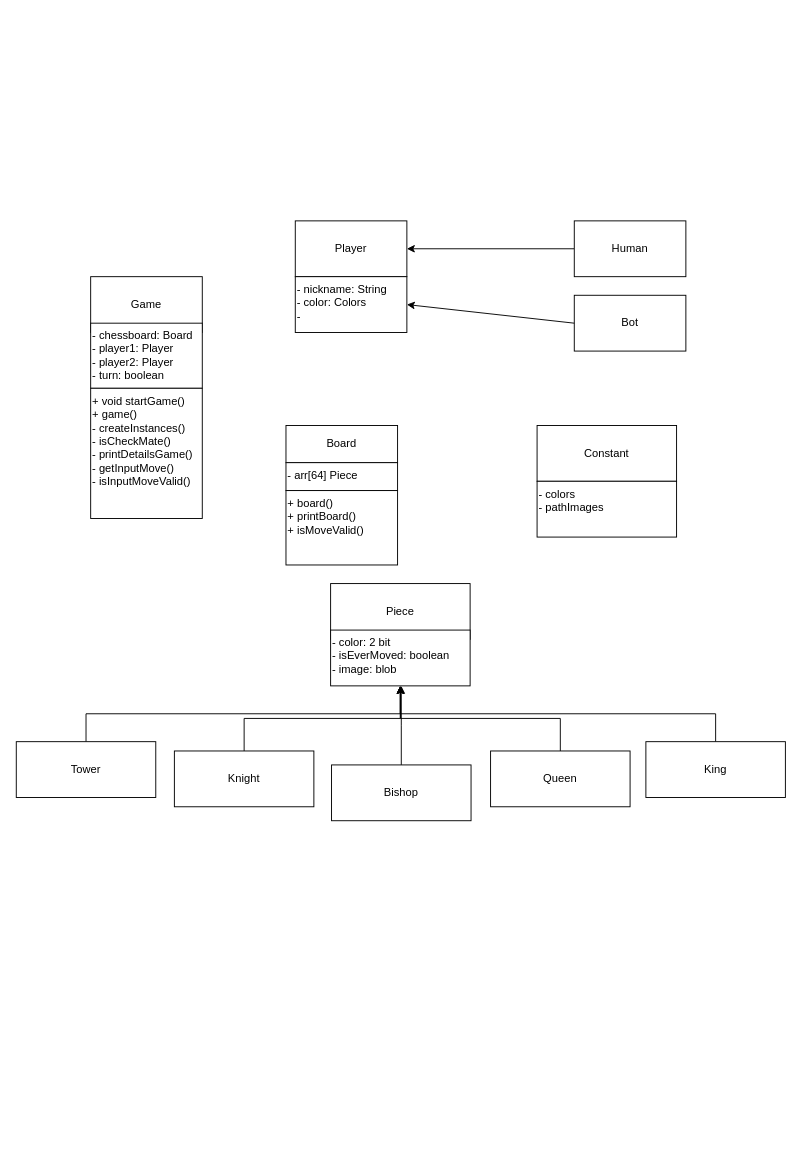
This is javachess.drawio from MarcoPiazzon/javachess, a draw.io file, before an edit. Source tidied: cells renumbered, new cells numbered last; positions are measured from the earlier drawing's top-left corner, leaving out a move shared by most shapes. Both pictures are drawn from the tidied source at 93%, with x=0, y=0 at pixel (16, 220).
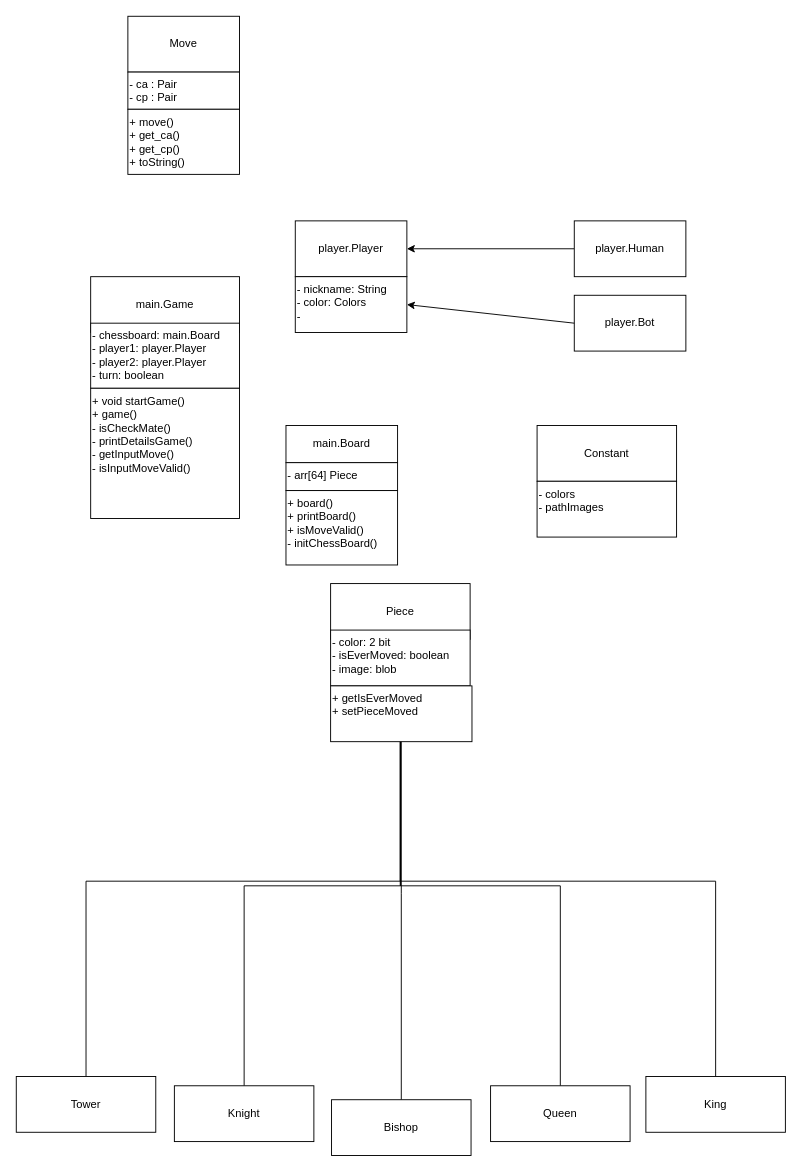
The same page after the edit.

Change to the diagram source:
```diff
@@
-    <mxCell id="2" value="Game" style="rounded=0;whiteSpace=wrap;html=1;" parent="1" vertex="1">
-      <mxGeometry x="80" y="60" width="120" height="60" as="geometry" />
+    <mxCell id="2" value="main.Game" style="rounded=0;whiteSpace=wrap;html=1;" parent="1" vertex="1">
+      <mxGeometry x="80" y="60" width="160" height="60" as="geometry" />
     </mxCell>
-    <mxCell id="3" value="- chessboard: Board&lt;br&gt;- player1: Player&lt;br&gt;- player2: Player&lt;br&gt;- turn: boolean&lt;br&gt;&lt;div&gt;&lt;br&gt;&lt;/div&gt;" style="rounded=0;whiteSpace=wrap;html=1;align=left;verticalAlign=top;" parent="1" vertex="1">
-      <mxGeometry x="80" y="110" width="120" height="70" as="geometry" />
+    <mxCell id="3" value="- chessboard: main.Board&lt;br&gt;- player1: player.Player&lt;br&gt;- player2: player.Player&lt;br&gt;- turn: boolean&lt;br&gt;&lt;div&gt;&lt;br&gt;&lt;/div&gt;" style="rounded=0;whiteSpace=wrap;html=1;align=left;verticalAlign=top;" parent="1" vertex="1">
+      <mxGeometry x="80" y="110" width="160" height="70" as="geometry" />
     </mxCell>
-    <mxCell id="4" value="+ void startGame()&lt;br&gt;+ game()&lt;br&gt;- createInstances()&lt;br&gt;- isCheckMate()&lt;br&gt;- printDetailsGame()&lt;br&gt;- getInputMove()&lt;br&gt;- isInputMoveValid()" style="rounded=0;whiteSpace=wrap;html=1;align=left;horizontal=1;verticalAlign=top;" parent="1" vertex="1">
-      <mxGeometry x="80" y="180" width="120" height="140" as="geometry" />
+    <mxCell id="4" value="+ void startGame()&lt;br&gt;+ game()&lt;br&gt;- isCheckMate()&lt;br&gt;- printDetailsGame()&lt;br&gt;- getInputMove()&lt;br&gt;- isInputMoveValid()" style="rounded=0;whiteSpace=wrap;html=1;align=left;horizontal=1;verticalAlign=top;" parent="1" vertex="1">
+      <mxGeometry x="80" y="180" width="160" height="140" as="geometry" />
     </mxCell>
-    <mxCell id="5" value="Board" style="rounded=0;whiteSpace=wrap;html=1;" parent="1" vertex="1">
+    <mxCell id="5" value="main.Board" style="rounded=0;whiteSpace=wrap;html=1;" parent="1" vertex="1">
       <mxGeometry x="290" y="220" width="120" height="40" as="geometry" />
     </mxCell>
@@
-    <mxCell id="7" value="+ board()&lt;br&gt;+ printBoard()&lt;br&gt;+ isMoveValid()&lt;div&gt;&lt;br&gt;&lt;/div&gt;" style="rounded=0;whiteSpace=wrap;html=1;align=left;verticalAlign=top;" parent="1" vertex="1">
+    <mxCell id="7" value="+ board()&lt;br&gt;+ printBoard()&lt;br&gt;+ isMoveValid()&lt;div&gt;- initChessBoard()&lt;/div&gt;" style="rounded=0;whiteSpace=wrap;html=1;align=left;verticalAlign=top;" parent="1" vertex="1">
       <mxGeometry x="290" y="290" width="120" height="80" as="geometry" />
     </mxCell>
@@
     <mxCell id="11" value="Tower" style="rounded=0;whiteSpace=wrap;html=1;" parent="1" vertex="1">
-      <mxGeometry y="560" width="150" height="60" as="geometry" />
+      <mxGeometry y="920" width="150" height="60" as="geometry" />
     </mxCell>
@@
     <mxCell id="13" value="Knight" style="rounded=0;whiteSpace=wrap;html=1;" parent="1" vertex="1">
-      <mxGeometry x="170" y="570" width="150" height="60" as="geometry" />
+      <mxGeometry x="170" y="930" width="150" height="60" as="geometry" />
     </mxCell>
@@
     <mxCell id="15" value="Bishop" style="rounded=0;whiteSpace=wrap;html=1;" parent="1" vertex="1">
-      <mxGeometry x="339" y="585" width="150" height="60" as="geometry" />
+      <mxGeometry x="339" y="945" width="150" height="60" as="geometry" />
     </mxCell>
@@
     <mxCell id="17" value="Queen" style="rounded=0;whiteSpace=wrap;html=1;" parent="1" vertex="1">
-      <mxGeometry x="510" y="570" width="150" height="60" as="geometry" />
+      <mxGeometry x="510" y="930" width="150" height="60" as="geometry" />
     </mxCell>
@@
     <mxCell id="19" value="King" style="rounded=0;whiteSpace=wrap;html=1;" parent="1" vertex="1">
-      <mxGeometry x="677" y="560" width="150" height="60" as="geometry" />
+      <mxGeometry x="677" y="920" width="150" height="60" as="geometry" />
     </mxCell>
@@
-    <mxCell id="22" value="Player" style="rounded=0;whiteSpace=wrap;html=1;" parent="1" vertex="1">
+    <mxCell id="22" value="player.Player" style="rounded=0;whiteSpace=wrap;html=1;" parent="1" vertex="1">
       <mxGeometry x="300" width="120" height="60" as="geometry" />
     </mxCell>
@@
-    <mxCell id="24" value="Human" style="rounded=0;whiteSpace=wrap;html=1;" parent="1" vertex="1">
+    <mxCell id="24" value="player.Human" style="rounded=0;whiteSpace=wrap;html=1;" parent="1" vertex="1">
       <mxGeometry x="600" width="120" height="60" as="geometry" />
     </mxCell>
-    <mxCell id="25" value="Bot" style="rounded=0;whiteSpace=wrap;html=1;" parent="1" vertex="1">
+    <mxCell id="25" value="player.Bot" style="rounded=0;whiteSpace=wrap;html=1;" parent="1" vertex="1">
       <mxGeometry x="600" y="80" width="120" height="60" as="geometry" />
     </mxCell>
@@
+    <mxCell id="28" value="Move" style="rounded=0;whiteSpace=wrap;html=1;" parent="1" vertex="1">
+      <mxGeometry x="120" y="-220" width="120" height="60" as="geometry" />
+    </mxCell>
+    <mxCell id="29" value="- ca : Pair&lt;div&gt;- cp : Pair&lt;/div&gt;" style="rounded=0;whiteSpace=wrap;html=1;align=left;verticalAlign=top;" parent="1" vertex="1">
+      <mxGeometry x="120" y="-160" width="120" height="40" as="geometry" />
+    </mxCell>
+    <mxCell id="30" value="+ move()&lt;div&gt;+ get_ca()&lt;/div&gt;&lt;div&gt;+ get_cp()&lt;/div&gt;&lt;div&gt;+ toString()&amp;nbsp;&lt;/div&gt;" style="rounded=0;whiteSpace=wrap;html=1;align=left;verticalAlign=top;" parent="1" vertex="1">
+      <mxGeometry x="120" y="-120" width="120" height="70" as="geometry" />
+    </mxCell>
+    <mxCell id="31" value="+ getIsEverMoved&lt;div&gt;+ setPieceMoved&lt;/div&gt;" style="rounded=0;whiteSpace=wrap;html=1;align=left;verticalAlign=top;" parent="1" vertex="1">
+      <mxGeometry x="338" y="500" width="152" height="60" as="geometry" />
+    </mxCell>
```
